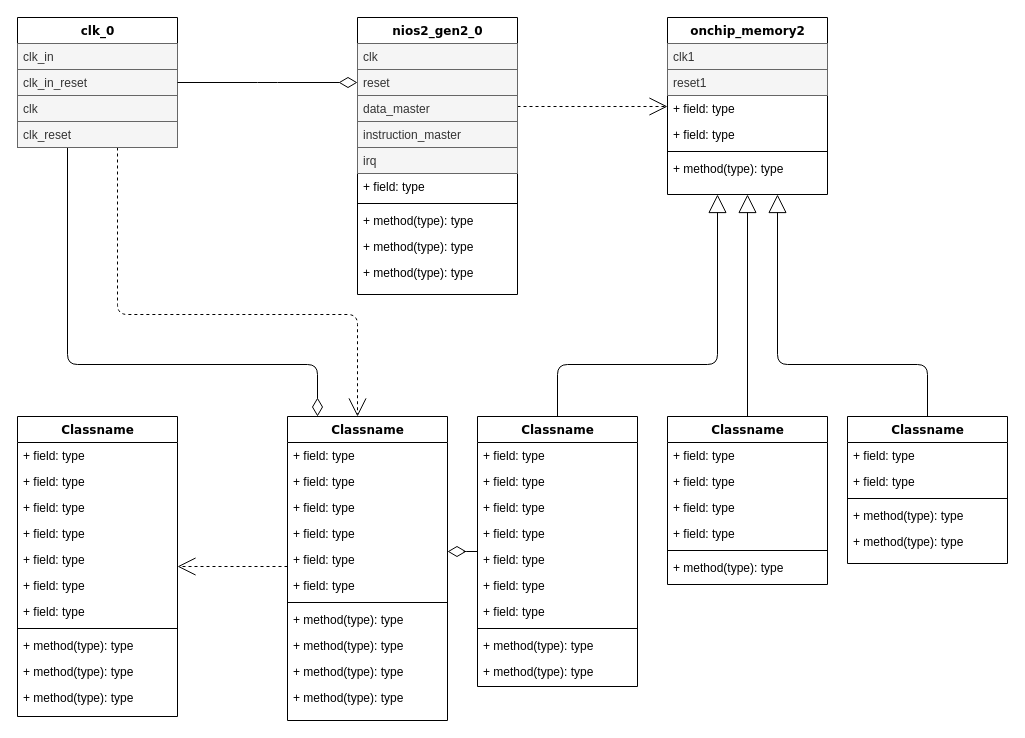
Earlier version of the draw.io diagram FPGA.drawio (KasymovD/FPGA). Source tidied: cells renumbered, new cells numbered last; positions are measured from the earlier drawing's top-left corner, leaving out a move shared by most shapes. Both pictures are drawn from the tidied source at 100%, with x=0, y=0 at pixel (17, 17).
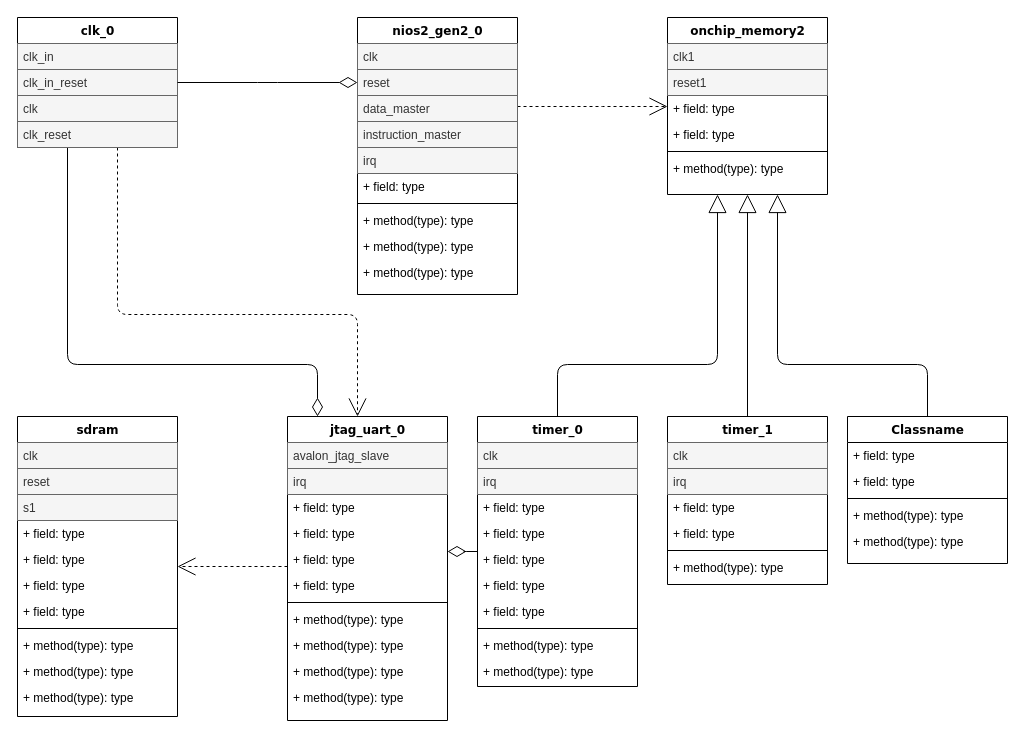
The same page after the edit.

Diff of the diagram source:
```diff
@@
-    <mxCell id="29" value="Classname" style="swimlane;html=1;fontStyle=1;align=center;verticalAlign=top;horizontal=1;startSize=26;swimlaneFillColor=#ffffff;rounded=0;shadow=0;comic=0;labelBackgroundColor=none;strokeWidth=1;fillColor=none;fontFamily=Verdana;fontSize=12;" parent="1" vertex="1">
+    <mxCell id="29" value="sdram" style="swimlane;html=1;fontStyle=1;align=center;verticalAlign=top;horizontal=1;startSize=26;swimlaneFillColor=#ffffff;rounded=0;shadow=0;comic=0;labelBackgroundColor=none;strokeWidth=1;fillColor=none;fontFamily=Verdana;fontSize=12;" parent="1" vertex="1">
       <mxGeometry y="399" width="160" height="300" as="geometry" />
     </mxCell>
-    <mxCell id="30" value="+ field: type" style="text;html=1;strokeColor=none;fillColor=none;align=left;verticalAlign=top;spacingLeft=4;spacingRight=4;whiteSpace=wrap;overflow=hidden;" parent="29" vertex="1">
+    <mxCell id="30" value="clk" style="text;html=1;strokeColor=#666666;fillColor=#f5f5f5;align=left;verticalAlign=top;spacingLeft=4;spacingRight=4;whiteSpace=wrap;overflow=hidden;fontColor=#333333;" parent="29" vertex="1">
       <mxGeometry y="26" width="160" height="26" as="geometry" />
     </mxCell>
-    <mxCell id="31" value="+ field: type" style="text;html=1;strokeColor=none;fillColor=none;align=left;verticalAlign=top;spacingLeft=4;spacingRight=4;whiteSpace=wrap;overflow=hidden;" parent="29" vertex="1">
+    <mxCell id="31" value="reset" style="text;html=1;strokeColor=#666666;fillColor=#f5f5f5;align=left;verticalAlign=top;spacingLeft=4;spacingRight=4;whiteSpace=wrap;overflow=hidden;fontColor=#333333;" parent="29" vertex="1">
       <mxGeometry y="52" width="160" height="26" as="geometry" />
     </mxCell>
-    <mxCell id="32" value="+ field: type" style="text;html=1;strokeColor=none;fillColor=none;align=left;verticalAlign=top;spacingLeft=4;spacingRight=4;whiteSpace=wrap;overflow=hidden;" parent="29" vertex="1">
+    <mxCell id="32" value="s1" style="text;html=1;strokeColor=#666666;fillColor=#f5f5f5;align=left;verticalAlign=top;spacingLeft=4;spacingRight=4;whiteSpace=wrap;overflow=hidden;fontColor=#333333;" parent="29" vertex="1">
       <mxGeometry y="78" width="160" height="26" as="geometry" />
     </mxCell>
@@
-    <mxCell id="42" value="Classname" style="swimlane;html=1;fontStyle=1;align=center;verticalAlign=top;horizontal=1;startSize=26;swimlaneFillColor=#ffffff;rounded=0;shadow=0;comic=0;labelBackgroundColor=none;strokeWidth=1;fillColor=none;fontFamily=Verdana;fontSize=12;" parent="1" vertex="1">
+    <mxCell id="42" value="jtag_uart_0" style="swimlane;html=1;fontStyle=1;align=center;verticalAlign=top;horizontal=1;startSize=26;swimlaneFillColor=#ffffff;rounded=0;shadow=0;comic=0;labelBackgroundColor=none;strokeWidth=1;fontFamily=Verdana;fontSize=12;" parent="1" vertex="1">
       <mxGeometry x="270" y="399" width="160" height="304" as="geometry" />
     </mxCell>
-    <mxCell id="43" value="+ field: type" style="text;html=1;strokeColor=none;fillColor=none;align=left;verticalAlign=top;spacingLeft=4;spacingRight=4;whiteSpace=wrap;overflow=hidden;" parent="42" vertex="1">
+    <mxCell id="43" value="avalon_jtag_slave" style="text;html=1;strokeColor=#666666;fillColor=#f5f5f5;align=left;verticalAlign=top;spacingLeft=4;spacingRight=4;whiteSpace=wrap;overflow=hidden;fontColor=#333333;" parent="42" vertex="1">
       <mxGeometry y="26" width="160" height="26" as="geometry" />
     </mxCell>
-    <mxCell id="44" value="+ field: type" style="text;html=1;strokeColor=none;fillColor=none;align=left;verticalAlign=top;spacingLeft=4;spacingRight=4;whiteSpace=wrap;overflow=hidden;" parent="42" vertex="1">
+    <mxCell id="44" value="irq" style="text;html=1;strokeColor=#666666;fillColor=#f5f5f5;align=left;verticalAlign=top;spacingLeft=4;spacingRight=4;whiteSpace=wrap;overflow=hidden;fontColor=#333333;" parent="42" vertex="1">
       <mxGeometry y="52" width="160" height="26" as="geometry" />
     </mxCell>
@@
-    <mxCell id="55" value="Classname" style="swimlane;html=1;fontStyle=1;align=center;verticalAlign=top;horizontal=1;startSize=26;swimlaneFillColor=#ffffff;rounded=0;shadow=0;comic=0;labelBackgroundColor=none;strokeWidth=1;fillColor=none;fontFamily=Verdana;fontSize=12;" parent="1" vertex="1">
+    <mxCell id="55" value="timer_0" style="swimlane;html=1;fontStyle=1;align=center;verticalAlign=top;horizontal=1;startSize=26;swimlaneFillColor=#ffffff;rounded=0;shadow=0;comic=0;labelBackgroundColor=none;strokeWidth=1;fillColor=none;fontFamily=Verdana;fontSize=12;" parent="1" vertex="1">
       <mxGeometry x="460" y="399" width="160" height="270" as="geometry" />
     </mxCell>
-    <mxCell id="56" value="+ field: type" style="text;html=1;strokeColor=none;fillColor=none;align=left;verticalAlign=top;spacingLeft=4;spacingRight=4;whiteSpace=wrap;overflow=hidden;" parent="55" vertex="1">
+    <mxCell id="56" value="clk" style="text;html=1;strokeColor=#666666;fillColor=#f5f5f5;align=left;verticalAlign=top;spacingLeft=4;spacingRight=4;whiteSpace=wrap;overflow=hidden;fontColor=#333333;" parent="55" vertex="1">
       <mxGeometry y="26" width="160" height="26" as="geometry" />
     </mxCell>
-    <mxCell id="57" value="+ field: type" style="text;html=1;strokeColor=none;fillColor=none;align=left;verticalAlign=top;spacingLeft=4;spacingRight=4;whiteSpace=wrap;overflow=hidden;" parent="55" vertex="1">
+    <mxCell id="57" value="irq" style="text;html=1;strokeColor=#666666;fillColor=#f5f5f5;align=left;verticalAlign=top;spacingLeft=4;spacingRight=4;whiteSpace=wrap;overflow=hidden;fontColor=#333333;" parent="55" vertex="1">
       <mxGeometry y="52" width="160" height="26" as="geometry" />
     </mxCell>
@@
-    <mxCell id="67" value="Classname" style="swimlane;html=1;fontStyle=1;align=center;verticalAlign=top;horizontal=1;startSize=26;swimlaneFillColor=#ffffff;rounded=0;shadow=0;comic=0;labelBackgroundColor=none;strokeWidth=1;fillColor=none;fontFamily=Verdana;fontSize=12;" parent="1" vertex="1">
+    <mxCell id="67" value="timer_1" style="swimlane;html=1;fontStyle=1;align=center;verticalAlign=top;horizontal=1;startSize=26;swimlaneFillColor=#ffffff;rounded=0;shadow=0;comic=0;labelBackgroundColor=none;strokeWidth=1;fillColor=none;fontFamily=Verdana;fontSize=12;" parent="1" vertex="1">
       <mxGeometry x="650" y="399" width="160" height="168" as="geometry" />
     </mxCell>
-    <mxCell id="68" value="+ field: type" style="text;html=1;strokeColor=none;fillColor=none;align=left;verticalAlign=top;spacingLeft=4;spacingRight=4;whiteSpace=wrap;overflow=hidden;" parent="67" vertex="1">
+    <mxCell id="68" value="clk" style="text;html=1;strokeColor=#666666;fillColor=#f5f5f5;align=left;verticalAlign=top;spacingLeft=4;spacingRight=4;whiteSpace=wrap;overflow=hidden;fontColor=#333333;" parent="67" vertex="1">
       <mxGeometry y="26" width="160" height="26" as="geometry" />
     </mxCell>
-    <mxCell id="69" value="+ field: type" style="text;html=1;strokeColor=none;fillColor=none;align=left;verticalAlign=top;spacingLeft=4;spacingRight=4;whiteSpace=wrap;overflow=hidden;" parent="67" vertex="1">
+    <mxCell id="69" value="irq" style="text;html=1;strokeColor=#666666;fillColor=#f5f5f5;align=left;verticalAlign=top;spacingLeft=4;spacingRight=4;whiteSpace=wrap;overflow=hidden;fontColor=#333333;" parent="67" vertex="1">
       <mxGeometry y="52" width="160" height="26" as="geometry" />
     </mxCell>
```
